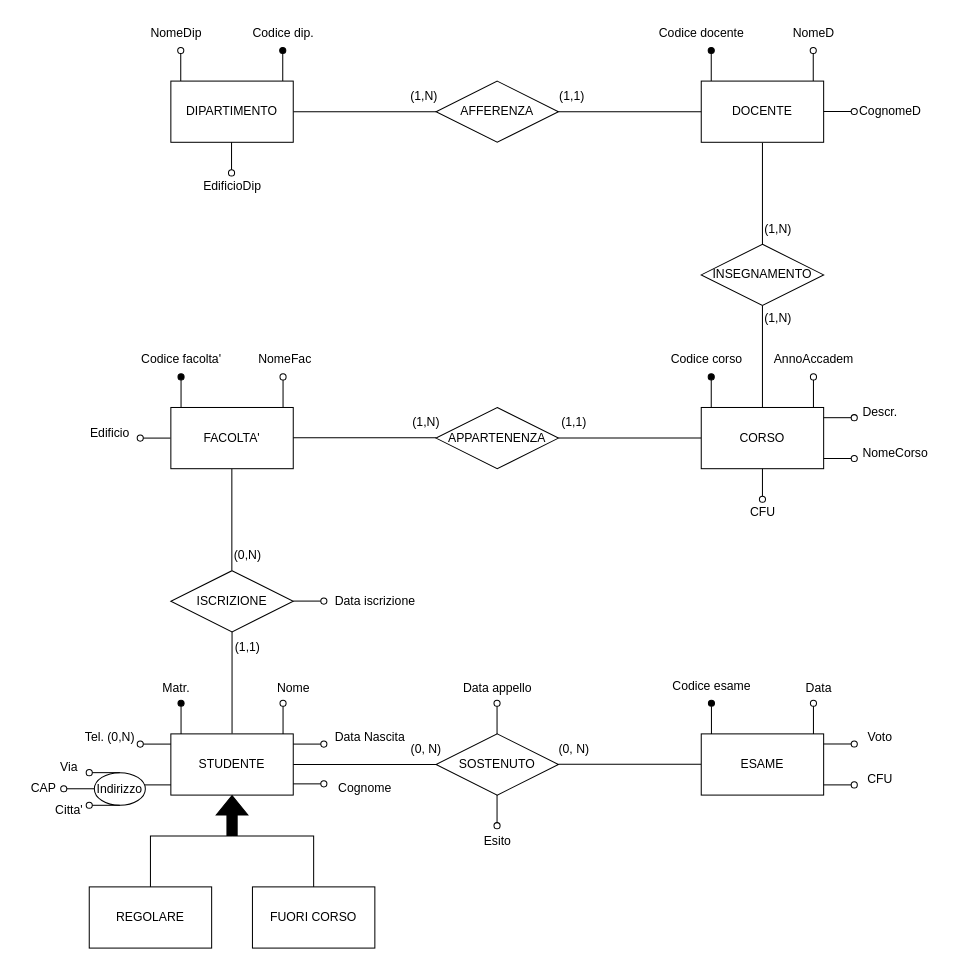
Earlier version of the draw.io diagram Universita.drawio (alexbnls/BasiDati). Source tidied: cells renumbered, new cells numbered last; positions are measured from the earlier drawing's top-left corner, leaving out a move shared by most shapes. Both pictures are drawn from the tidied source at 102%, with x=0, y=0 at pixel (17, 17).
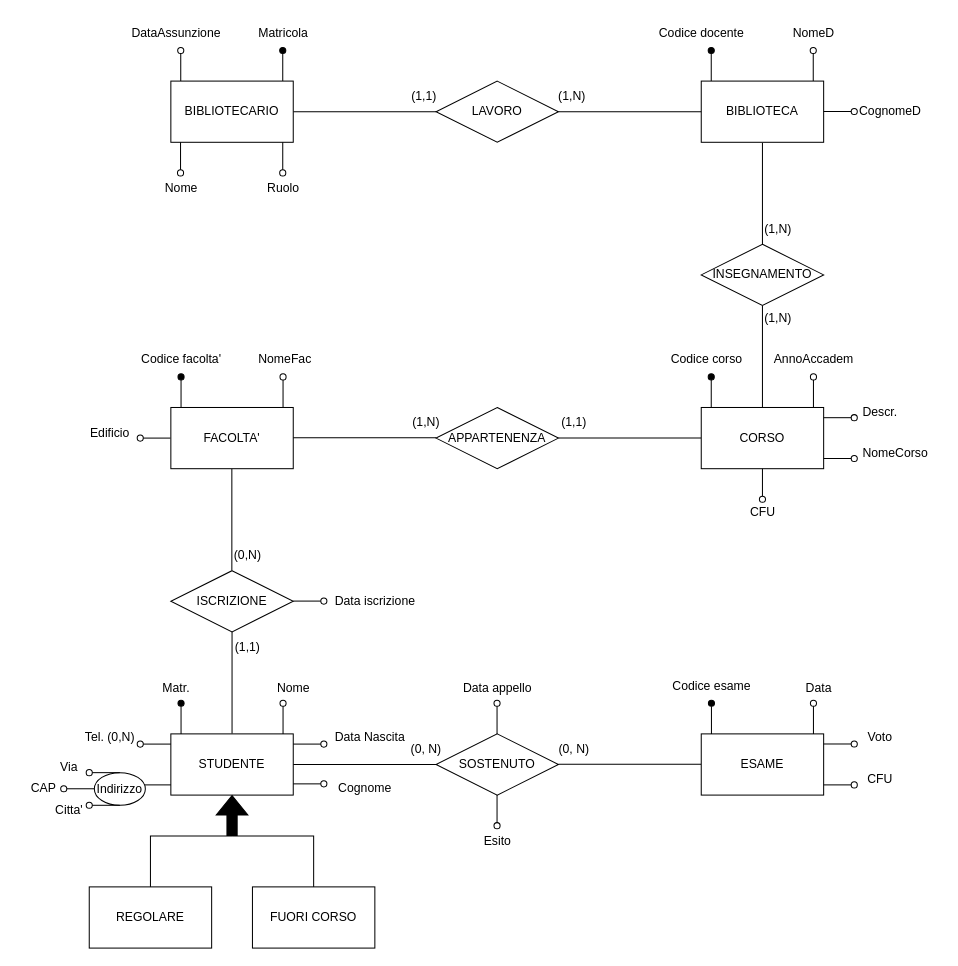
The same diagram, later.

The edit, as a diff of the source:
```diff
@@
-    <mxCell id="78" value="DOCENTE" style="rounded=0;whiteSpace=wrap;html=1;" parent="1" vertex="1">
+    <mxCell id="78" value="&lt;div&gt;BIBLIOTECA&lt;/div&gt;" style="rounded=0;whiteSpace=wrap;html=1;" parent="1" vertex="1">
       <mxGeometry x="670" y="62" width="120" height="60" as="geometry" />
     </mxCell>
@@
-    <mxCell id="86" value="AFFERENZA" style="rhombus;whiteSpace=wrap;html=1;" parent="1" vertex="1">
+    <mxCell id="86" value="LAVORO" style="rhombus;whiteSpace=wrap;html=1;" parent="1" vertex="1">
       <mxGeometry x="410" y="62" width="120" height="60" as="geometry" />
     </mxCell>
-    <mxCell id="87" value="(1,N)" style="text;html=1;align=center;verticalAlign=middle;strokeColor=none;fillColor=none;" parent="1" vertex="1">
+    <mxCell id="87" value="(1,1)" style="text;html=1;align=center;verticalAlign=middle;strokeColor=none;fillColor=none;" parent="1" vertex="1">
       <mxGeometry x="372.5" y="62" width="50" height="30" as="geometry" />
     </mxCell>
-    <mxCell id="88" value="(1,1)" style="text;html=1;align=center;verticalAlign=middle;strokeColor=none;fillColor=none;" parent="1" vertex="1">
+    <mxCell id="88" value="(1,N)" style="text;html=1;align=center;verticalAlign=middle;strokeColor=none;fillColor=none;" parent="1" vertex="1">
       <mxGeometry x="517.5" y="62" width="50" height="30" as="geometry" />
     </mxCell>
@@
-    <mxCell id="91" value="DIPARTIMENTO" style="rounded=0;whiteSpace=wrap;html=1;" parent="1" vertex="1">
+    <mxCell id="91" value="BIBLIOTECARIO" style="rounded=0;whiteSpace=wrap;html=1;" parent="1" vertex="1">
       <mxGeometry x="150" y="62" width="120" height="60" as="geometry" />
     </mxCell>
@@
-    <mxCell id="93" value="Codice dip." style="text;html=1;align=center;verticalAlign=middle;strokeColor=none;fillColor=none;" parent="1" vertex="1">
-      <mxGeometry x="220" width="80" height="30" as="geometry" />
+    <mxCell id="93" value="Matricola" style="text;html=1;align=center;verticalAlign=middle;strokeColor=none;fillColor=none;" parent="1" vertex="1">
+      <mxGeometry x="225" width="70" height="30" as="geometry" />
     </mxCell>
@@
-    <mxCell id="95" value="NomeDip" style="text;html=1;align=center;verticalAlign=middle;strokeColor=none;fillColor=none;" parent="1" vertex="1">
-      <mxGeometry x="120" width="70" height="30" as="geometry" />
+    <mxCell id="95" value="DataAssunzione" style="text;html=1;align=center;verticalAlign=middle;strokeColor=none;fillColor=none;" parent="1" vertex="1">
+      <mxGeometry x="100" width="110" height="30" as="geometry" />
     </mxCell>
     <mxCell id="96" style="endArrow=oval;html=1;rounded=0;endFill=0;" parent="1" edge="1">
       <mxGeometry relative="1" as="geometry">
-        <mxPoint x="209.5" y="122" as="sourcePoint" />
-        <mxPoint x="209.5" y="152" as="targetPoint" />
+        <mxPoint x="159.5" y="122" as="sourcePoint" />
+        <mxPoint x="159.5" y="152" as="targetPoint" />
       </mxGeometry>
     </mxCell>
-    <mxCell id="97" value="EdificioDip" style="text;html=1;align=center;verticalAlign=middle;strokeColor=none;fillColor=none;" parent="1" vertex="1">
-      <mxGeometry x="170" y="150" width="80" height="30" as="geometry" />
+    <mxCell id="97" value="Nome" style="text;html=1;align=center;verticalAlign=middle;strokeColor=none;fillColor=none;" parent="1" vertex="1">
+      <mxGeometry x="130" y="152" width="60" height="30" as="geometry" />
     </mxCell>
+    <mxCell id="98" style="endArrow=oval;html=1;rounded=0;endFill=0;" parent="1" edge="1">
+      <mxGeometry relative="1" as="geometry">
+        <mxPoint x="259.7" y="122" as="sourcePoint" />
+        <mxPoint x="259.7" y="152" as="targetPoint" />
+      </mxGeometry>
+    </mxCell>
+    <mxCell id="99" value="Ruolo" style="text;html=1;align=center;verticalAlign=middle;strokeColor=none;fillColor=none;" parent="1" vertex="1">
+      <mxGeometry x="235" y="152" width="50" height="30" as="geometry" />
+    </mxCell>
```
